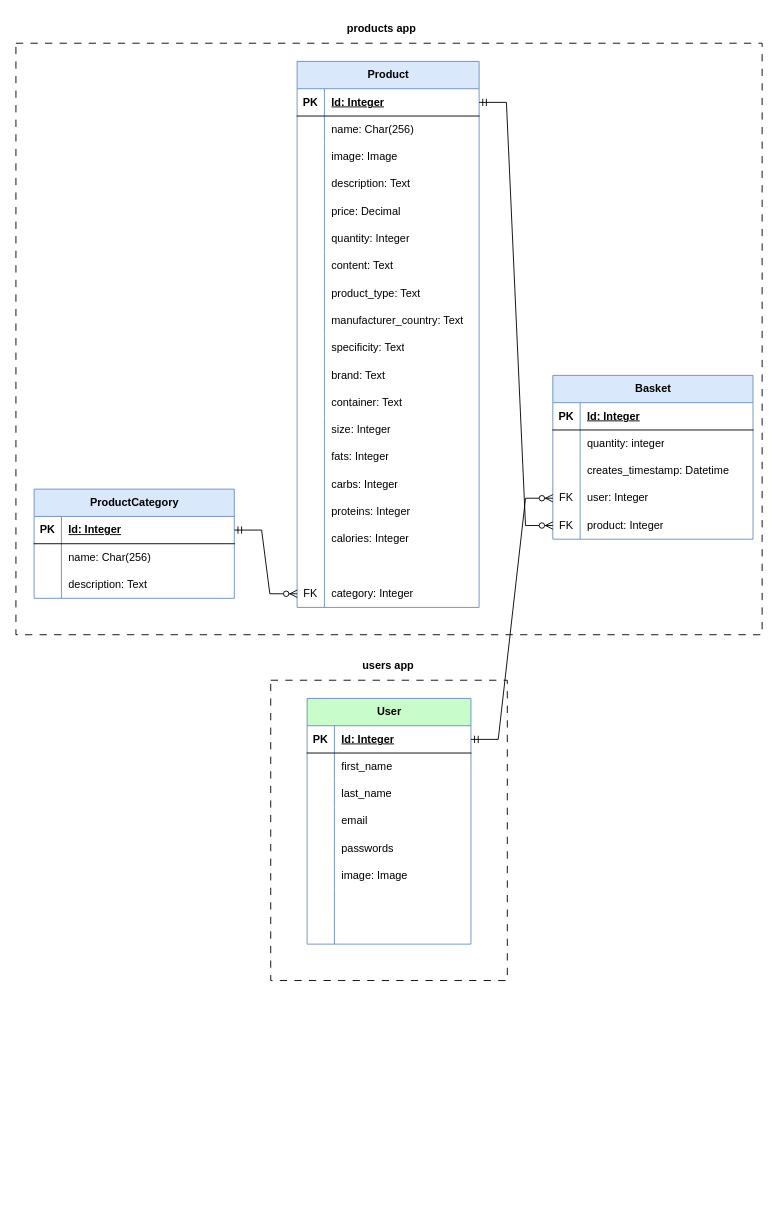
The draw.io diagram Python/sql_table/olligator.drawio in olligator2000/XXX, before the edit. Source tidied: cells renumbered, new cells numbered last; positions are measured from the earlier drawing's top-left corner, leaving out a move shared by most shapes. Both pictures are drawn from the tidied source at 91%, with x=0, y=0 at pixel (15, 15).
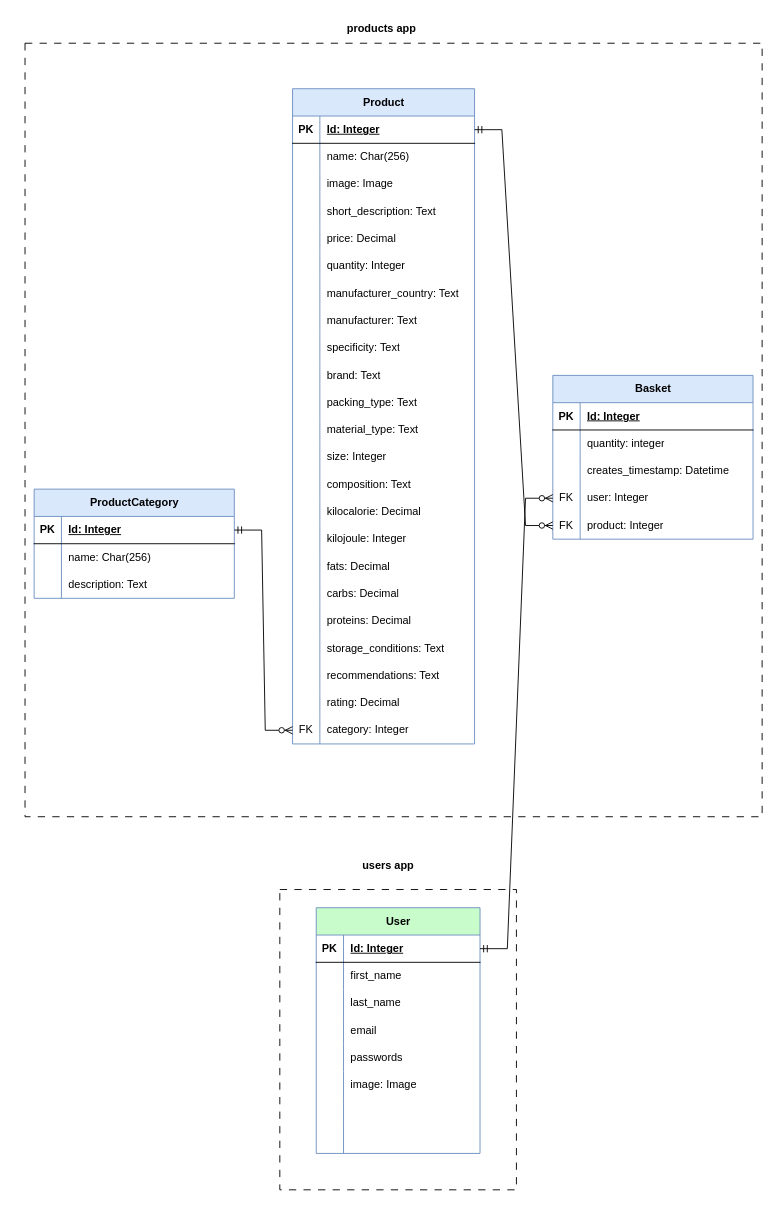
The same page after the edit.

The change refers to these unchanged cells:
```xml
<mxCell id="55" style="shape=tableRow;horizontal=0;startSize=0;swimlaneHead=0;swimlaneBody=0;fillColor=none;top=0;left=0;right=0;bottom=0;" parent="45" vertex="1">
  <mxGeometry y="120" width="200" height="30" as="geometry" />
</mxCell>
<mxCell id="64" style="shape=tableRow;horizontal=0;startSize=0;swimlaneHead=0;swimlaneBody=0;fillColor=none;top=0;left=0;right=0;bottom=0;" parent="45" vertex="1">
  <mxGeometry y="210" width="200" height="30" as="geometry" />
</mxCell>
<mxCell id="67" style="shape=tableRow;horizontal=0;startSize=0;swimlaneHead=0;swimlaneBody=0;fillColor=none;top=0;left=0;right=0;bottom=0;" parent="45" vertex="1">
  <mxGeometry y="240" width="200" height="30" as="geometry" />
</mxCell>
<mxCell id="70" style="shape=tableRow;horizontal=0;startSize=0;swimlaneHead=0;swimlaneBody=0;fillColor=none;top=0;left=0;right=0;bottom=0;" parent="45" vertex="1">
  <mxGeometry y="270" width="200" height="30" as="geometry" />
</mxCell>
<mxCell id="73" style="shape=tableRow;horizontal=0;startSize=0;swimlaneHead=0;swimlaneBody=0;fillColor=none;top=0;left=0;right=0;bottom=0;" parent="45" vertex="1">
  <mxGeometry y="300" width="200" height="30" as="geometry" />
</mxCell>
<mxCell id="76" style="shape=tableRow;horizontal=0;startSize=0;swimlaneHead=0;swimlaneBody=0;fillColor=none;top=0;left=0;right=0;bottom=0;" parent="45" vertex="1">
  <mxGeometry y="330" width="200" height="30" as="geometry" />
</mxCell>
<mxCell id="79" style="shape=tableRow;horizontal=0;startSize=0;swimlaneHead=0;swimlaneBody=0;fillColor=none;top=0;left=0;right=0;bottom=0;" parent="45" vertex="1">
  <mxGeometry y="360" width="200" height="30" as="geometry" />
</mxCell>
<mxCell id="104" style="shape=tableRow;horizontal=0;startSize=0;swimlaneHead=0;swimlaneBody=0;fillColor=none;points=[[0,0.5],[1,0.5]];portConstraint=eastwest;top=0;left=0;right=0;bottom=1;" parent="103" vertex="1">
  <mxGeometry y="30" width="220" height="30" as="geometry" />
</mxCell>
```

What changed in the source:
```diff
@@
     <mxCell id="2" style="whiteSpace=wrap;html=1;align=center;dashed=1;strokeColor=default;dashPattern=8 8;" parent="1" vertex="1">
-      <mxGeometry y="30" width="820" height="650" as="geometry" />
+      <mxGeometry x="10" y="30" width="810" height="850" as="geometry" />
     </mxCell>
     <mxCell id="3" style="whiteSpace=wrap;html=1;align=center;dashed=1;strokeColor=default;dashPattern=8 8;" parent="1" vertex="1">
-      <mxGeometry x="280" y="730" width="260" height="330" as="geometry" />
+      <mxGeometry x="290" y="960" width="260" height="330" as="geometry" />
     </mxCell>
     <mxCell id="4" value="&lt;span&gt;User&lt;/span&gt;" style="shape=table;startSize=30;childLayout=tableLayout;rowLines=0;fontStyle=1;align=center;html=1;fillColor=#C9FCCB;strokeColor=#6c8ebf;" parent="1" vertex="1">
-      <mxGeometry x="320" y="750" width="180" height="270" as="geometry" />
+      <mxGeometry x="330" y="980" width="180" height="270" as="geometry" />
     </mxCell>
@@
     <mxCell id="45" value="&lt;span&gt;Product&lt;/span&gt;" style="shape=table;startSize=30;childLayout=tableLayout;rowLines=0;fontStyle=1;align=center;html=1;fillColor=#dae8fc;strokeColor=#6c8ebf;" parent="1" vertex="1">
-      <mxGeometry x="309" y="50" width="200" height="600" as="geometry" />
+      <mxGeometry x="304" y="80" width="200" height="720" as="geometry" />
     </mxCell>
@@
-    <mxCell id="57" value="description: Text" style="shape=partialRectangle;fillColor=none;top=0;left=0;bottom=0;right=0;align=left;spacingLeft=6;overflow=hidden;whiteSpace=wrap;html=1;" parent="55" vertex="1">
+    <mxCell id="57" value="short_description: Text" style="shape=partialRectangle;fillColor=none;top=0;left=0;bottom=0;right=0;align=left;spacingLeft=6;overflow=hidden;whiteSpace=wrap;html=1;" parent="55" vertex="1">
       <mxGeometry x="30" width="170" height="30" as="geometry" />
     </mxCell>
@@
-    <mxCell id="66" value="content: Text" style="shape=partialRectangle;fillColor=none;top=0;left=0;bottom=0;right=0;align=left;spacingLeft=6;overflow=hidden;whiteSpace=wrap;html=1;" parent="64" vertex="1">
+    <mxCell id="66" value="manufacturer_country: Text" style="shape=partialRectangle;fillColor=none;top=0;left=0;bottom=0;right=0;align=left;spacingLeft=6;overflow=hidden;whiteSpace=wrap;html=1;" parent="64" vertex="1">
       <mxGeometry x="30" width="170" height="30" as="geometry" />
     </mxCell>
@@
-    <mxCell id="69" value="product_type: Text" style="shape=partialRectangle;fillColor=none;top=0;left=0;bottom=0;right=0;align=left;spacingLeft=6;overflow=hidden;whiteSpace=wrap;html=1;" parent="67" vertex="1">
+    <mxCell id="69" value="manufacturer: Text" style="shape=partialRectangle;fillColor=none;top=0;left=0;bottom=0;right=0;align=left;spacingLeft=6;overflow=hidden;whiteSpace=wrap;html=1;" parent="67" vertex="1">
       <mxGeometry x="30" width="170" height="30" as="geometry" />
     </mxCell>
@@
-    <mxCell id="72" value="manufacturer_country: Text" style="shape=partialRectangle;fillColor=none;top=0;left=0;bottom=0;right=0;align=left;spacingLeft=6;overflow=hidden;whiteSpace=wrap;html=1;" parent="70" vertex="1">
+    <mxCell id="72" value="specificity: Text" style="shape=partialRectangle;fillColor=none;top=0;left=0;bottom=0;right=0;align=left;spacingLeft=6;overflow=hidden;whiteSpace=wrap;html=1;" parent="70" vertex="1">
       <mxGeometry x="30" width="170" height="30" as="geometry" />
     </mxCell>
@@
-    <mxCell id="75" value="specificity: Text" style="shape=partialRectangle;fillColor=none;top=0;left=0;bottom=0;right=0;align=left;spacingLeft=6;overflow=hidden;whiteSpace=wrap;html=1;" parent="73" vertex="1">
+    <mxCell id="75" value="brand: Text" style="shape=partialRectangle;fillColor=none;top=0;left=0;bottom=0;right=0;align=left;spacingLeft=6;overflow=hidden;whiteSpace=wrap;html=1;" parent="73" vertex="1">
       <mxGeometry x="30" width="170" height="30" as="geometry" />
     </mxCell>
@@
-    <mxCell id="78" value="brand: Text" style="shape=partialRectangle;fillColor=none;top=0;left=0;bottom=0;right=0;align=left;spacingLeft=6;overflow=hidden;whiteSpace=wrap;html=1;" parent="76" vertex="1">
+    <mxCell id="78" value="packing_type: Text" style="shape=partialRectangle;fillColor=none;top=0;left=0;bottom=0;right=0;align=left;spacingLeft=6;overflow=hidden;whiteSpace=wrap;html=1;" parent="76" vertex="1">
       <mxGeometry x="30" width="170" height="30" as="geometry" />
     </mxCell>
@@
-    <mxCell id="81" value="container: Text" style="shape=partialRectangle;fillColor=none;top=0;left=0;bottom=0;right=0;align=left;spacingLeft=6;overflow=hidden;whiteSpace=wrap;html=1;" parent="79" vertex="1">
+    <mxCell id="81" value="material_type: Text" style="shape=partialRectangle;fillColor=none;top=0;left=0;bottom=0;right=0;align=left;spacingLeft=6;overflow=hidden;whiteSpace=wrap;html=1;" parent="79" vertex="1">
       <mxGeometry x="30" width="170" height="30" as="geometry" />
     </mxCell>
@@
+    <mxCell id="118" style="shape=tableRow;horizontal=0;startSize=0;swimlaneHead=0;swimlaneBody=0;fillColor=none;top=0;left=0;right=0;bottom=0;" parent="45" vertex="1">
+      <mxGeometry y="420" width="200" height="30" as="geometry" />
+    </mxCell>
+    <mxCell id="119" style="shape=partialRectangle;fillColor=none;top=0;left=0;bottom=0;right=0;overflow=hidden;whiteSpace=wrap;html=1;" parent="118" vertex="1">
+      <mxGeometry width="30" height="30" as="geometry" />
+    </mxCell>
+    <mxCell id="120" value="composition: Text" style="shape=partialRectangle;fillColor=none;top=0;left=0;bottom=0;right=0;align=left;spacingLeft=6;overflow=hidden;whiteSpace=wrap;html=1;" parent="118" vertex="1">
+      <mxGeometry x="30" width="170" height="30" as="geometry" />
+    </mxCell>
     <mxCell id="85" style="shape=tableRow;horizontal=0;startSize=0;swimlaneHead=0;swimlaneBody=0;fillColor=none;top=0;left=0;right=0;bottom=0;" parent="45" vertex="1">
-      <mxGeometry y="420" width="200" height="30" as="geometry" />
+      <mxGeometry y="450" width="200" height="30" as="geometry" />
     </mxCell>
@@
-    <mxCell id="87" value="fats: Integer" style="shape=partialRectangle;fillColor=none;top=0;left=0;bottom=0;right=0;align=left;spacingLeft=6;overflow=hidden;whiteSpace=wrap;html=1;" parent="85" vertex="1">
+    <mxCell id="87" value="kilocalorie:&amp;nbsp;Decimal" style="shape=partialRectangle;fillColor=none;top=0;left=0;bottom=0;right=0;align=left;spacingLeft=6;overflow=hidden;whiteSpace=wrap;html=1;" parent="85" vertex="1">
       <mxGeometry x="30" width="170" height="30" as="geometry" />
     </mxCell>
     <mxCell id="88" style="shape=tableRow;horizontal=0;startSize=0;swimlaneHead=0;swimlaneBody=0;fillColor=none;top=0;left=0;right=0;bottom=0;" parent="45" vertex="1">
-      <mxGeometry y="450" width="200" height="30" as="geometry" />
+      <mxGeometry y="480" width="200" height="30" as="geometry" />
     </mxCell>
@@
-    <mxCell id="90" value="carbs: Integer" style="shape=partialRectangle;fillColor=none;top=0;left=0;bottom=0;right=0;align=left;spacingLeft=6;overflow=hidden;whiteSpace=wrap;html=1;" parent="88" vertex="1">
+    <mxCell id="90" value="kilojoule: Integer" style="shape=partialRectangle;fillColor=none;top=0;left=0;bottom=0;right=0;align=left;spacingLeft=6;overflow=hidden;whiteSpace=wrap;html=1;" parent="88" vertex="1">
       <mxGeometry x="30" width="170" height="30" as="geometry" />
     </mxCell>
     <mxCell id="91" style="shape=tableRow;horizontal=0;startSize=0;swimlaneHead=0;swimlaneBody=0;fillColor=none;top=0;left=0;right=0;bottom=0;" parent="45" vertex="1">
-      <mxGeometry y="480" width="200" height="30" as="geometry" />
+      <mxGeometry y="510" width="200" height="30" as="geometry" />
     </mxCell>
@@
-    <mxCell id="93" value="proteins: Integer" style="shape=partialRectangle;fillColor=none;top=0;left=0;bottom=0;right=0;align=left;spacingLeft=6;overflow=hidden;whiteSpace=wrap;html=1;" parent="91" vertex="1">
+    <mxCell id="93" value="fats:&amp;nbsp;Decimal&amp;nbsp;" style="shape=partialRectangle;fillColor=none;top=0;left=0;bottom=0;right=0;align=left;spacingLeft=6;overflow=hidden;whiteSpace=wrap;html=1;" parent="91" vertex="1">
       <mxGeometry x="30" width="170" height="30" as="geometry" />
     </mxCell>
     <mxCell id="94" style="shape=tableRow;horizontal=0;startSize=0;swimlaneHead=0;swimlaneBody=0;fillColor=none;top=0;left=0;right=0;bottom=0;" parent="45" vertex="1">
-      <mxGeometry y="510" width="200" height="30" as="geometry" />
+      <mxGeometry y="540" width="200" height="30" as="geometry" />
     </mxCell>
@@
-    <mxCell id="96" value="calories: Integer" style="shape=partialRectangle;fillColor=none;top=0;left=0;bottom=0;right=0;align=left;spacingLeft=6;overflow=hidden;whiteSpace=wrap;html=1;" parent="94" vertex="1">
+    <mxCell id="96" value="carbs: Decimal" style="shape=partialRectangle;fillColor=none;top=0;left=0;bottom=0;right=0;align=left;spacingLeft=6;overflow=hidden;whiteSpace=wrap;html=1;" parent="94" vertex="1">
       <mxGeometry x="30" width="170" height="30" as="geometry" />
     </mxCell>
     <mxCell id="97" style="shape=tableRow;horizontal=0;startSize=0;swimlaneHead=0;swimlaneBody=0;fillColor=none;top=0;left=0;right=0;bottom=0;" parent="45" vertex="1">
-      <mxGeometry y="540" width="200" height="30" as="geometry" />
+      <mxGeometry y="570" width="200" height="30" as="geometry" />
     </mxCell>
@@
-    <mxCell id="99" style="shape=partialRectangle;fillColor=none;top=0;left=0;bottom=0;right=0;align=left;spacingLeft=6;overflow=hidden;whiteSpace=wrap;html=1;" parent="97" vertex="1">
+    <mxCell id="99" value="proteins: Decimal" style="shape=partialRectangle;fillColor=none;top=0;left=0;bottom=0;right=0;align=left;spacingLeft=6;overflow=hidden;whiteSpace=wrap;html=1;" parent="97" vertex="1">
       <mxGeometry x="30" width="170" height="30" as="geometry" />
     </mxCell>
     <mxCell id="100" style="shape=tableRow;horizontal=0;startSize=0;swimlaneHead=0;swimlaneBody=0;fillColor=none;points=[[0,0.5],[1,0.5]];portConstraint=eastwest;top=0;left=0;right=0;bottom=0;" parent="45" vertex="1">
-      <mxGeometry y="570" width="200" height="30" as="geometry" />
+      <mxGeometry y="600" width="200" height="30" as="geometry" />
     </mxCell>
-    <mxCell id="101" value="FK" style="shape=partialRectangle;fillColor=none;top=0;left=0;bottom=0;right=0;overflow=hidden;whiteSpace=wrap;html=1;" parent="100" vertex="1">
+    <mxCell id="101" style="shape=partialRectangle;fillColor=none;top=0;left=0;bottom=0;right=0;overflow=hidden;whiteSpace=wrap;html=1;" parent="100" vertex="1">
       <mxGeometry width="30" height="30" as="geometry" />
     </mxCell>
-    <mxCell id="102" value="category: Integer" style="shape=partialRectangle;fillColor=none;top=0;left=0;bottom=0;right=0;align=left;spacingLeft=6;overflow=hidden;whiteSpace=wrap;html=1;" parent="100" vertex="1">
+    <mxCell id="102" value="storage_conditions: Text" style="shape=partialRectangle;fillColor=none;top=0;left=0;bottom=0;right=0;align=left;spacingLeft=6;overflow=hidden;whiteSpace=wrap;html=1;" parent="100" vertex="1">
       <mxGeometry x="30" width="170" height="30" as="geometry" />
     </mxCell>
+    <mxCell id="121" style="shape=tableRow;horizontal=0;startSize=0;swimlaneHead=0;swimlaneBody=0;fillColor=none;top=0;left=0;right=0;bottom=0;" parent="45" vertex="1">
+      <mxGeometry y="630" width="200" height="30" as="geometry" />
+    </mxCell>
+    <mxCell id="122" style="shape=partialRectangle;fillColor=none;top=0;left=0;bottom=0;right=0;overflow=hidden;whiteSpace=wrap;html=1;" parent="121" vertex="1">
+      <mxGeometry width="30" height="30" as="geometry" />
+    </mxCell>
+    <mxCell id="123" value="recommendations: Text" style="shape=partialRectangle;fillColor=none;top=0;left=0;bottom=0;right=0;align=left;spacingLeft=6;overflow=hidden;whiteSpace=wrap;html=1;" parent="121" vertex="1">
+      <mxGeometry x="30" width="170" height="30" as="geometry" />
+    </mxCell>
+    <mxCell id="124" style="shape=tableRow;horizontal=0;startSize=0;swimlaneHead=0;swimlaneBody=0;fillColor=none;top=0;left=0;right=0;bottom=0;" parent="45" vertex="1">
+      <mxGeometry y="660" width="200" height="30" as="geometry" />
+    </mxCell>
+    <mxCell id="125" style="shape=partialRectangle;fillColor=none;top=0;left=0;bottom=0;right=0;overflow=hidden;whiteSpace=wrap;html=1;" parent="124" vertex="1">
+      <mxGeometry width="30" height="30" as="geometry" />
+    </mxCell>
+    <mxCell id="126" value="rating: Decimal" style="shape=partialRectangle;fillColor=none;top=0;left=0;bottom=0;right=0;align=left;spacingLeft=6;overflow=hidden;whiteSpace=wrap;html=1;" parent="124" vertex="1">
+      <mxGeometry x="30" width="170" height="30" as="geometry" />
+    </mxCell>
+    <mxCell id="127" style="shape=tableRow;horizontal=0;startSize=0;swimlaneHead=0;swimlaneBody=0;fillColor=none;points=[[0,0.5],[1,0.5]];portConstraint=eastwest;top=0;left=0;right=0;bottom=0;" parent="45" vertex="1">
+      <mxGeometry y="690" width="200" height="30" as="geometry" />
+    </mxCell>
+    <mxCell id="128" value="FK" style="shape=partialRectangle;fillColor=none;top=0;left=0;bottom=0;right=0;overflow=hidden;whiteSpace=wrap;html=1;" parent="127" vertex="1">
+      <mxGeometry width="30" height="30" as="geometry" />
+    </mxCell>
+    <mxCell id="129" value="category: Integer" style="shape=partialRectangle;fillColor=none;top=0;left=0;bottom=0;right=0;align=left;spacingLeft=6;overflow=hidden;whiteSpace=wrap;html=1;" parent="127" vertex="1">
+      <mxGeometry x="30" width="170" height="30" as="geometry" />
+    </mxCell>
@@
-    <mxCell id="113" style="edgeStyle=entityRelationEdgeStyle;fontSize=12;html=1;endArrow=ERzeroToMany;startArrow=ERmandOne;rounded=0;exitX=1;exitY=0.5;exitDx=0;exitDy=0;entryX=0;entryY=0.5;entryDx=0;entryDy=0;" parent="1" edge="1" source="104" target="100">
+    <mxCell id="113" style="edgeStyle=entityRelationEdgeStyle;fontSize=12;html=1;endArrow=ERzeroToMany;startArrow=ERmandOne;rounded=0;exitX=1;exitY=0.5;exitDx=0;exitDy=0;entryX=0;entryY=0.5;entryDx=0;entryDy=0;" parent="1" edge="1" source="104" target="127">
       <mxGeometry relative="1" as="geometry">
         <Array as="points">
           <mxPoint x="290" y="530" />
         </Array>
       </mxGeometry>
     </mxCell>
@@
     <mxCell id="116" value="&lt;b&gt;users app&lt;/b&gt;" style="text;strokeColor=none;fillColor=none;spacingLeft=4;spacingRight=4;overflow=hidden;fontSize=12;whiteSpace=wrap;html=1;" parent="1" vertex="1">
-      <mxGeometry x="375" y="700" width="70" height="30" as="geometry" />
+      <mxGeometry x="375" y="920" width="70" height="30" as="geometry" />
     </mxCell>
```
